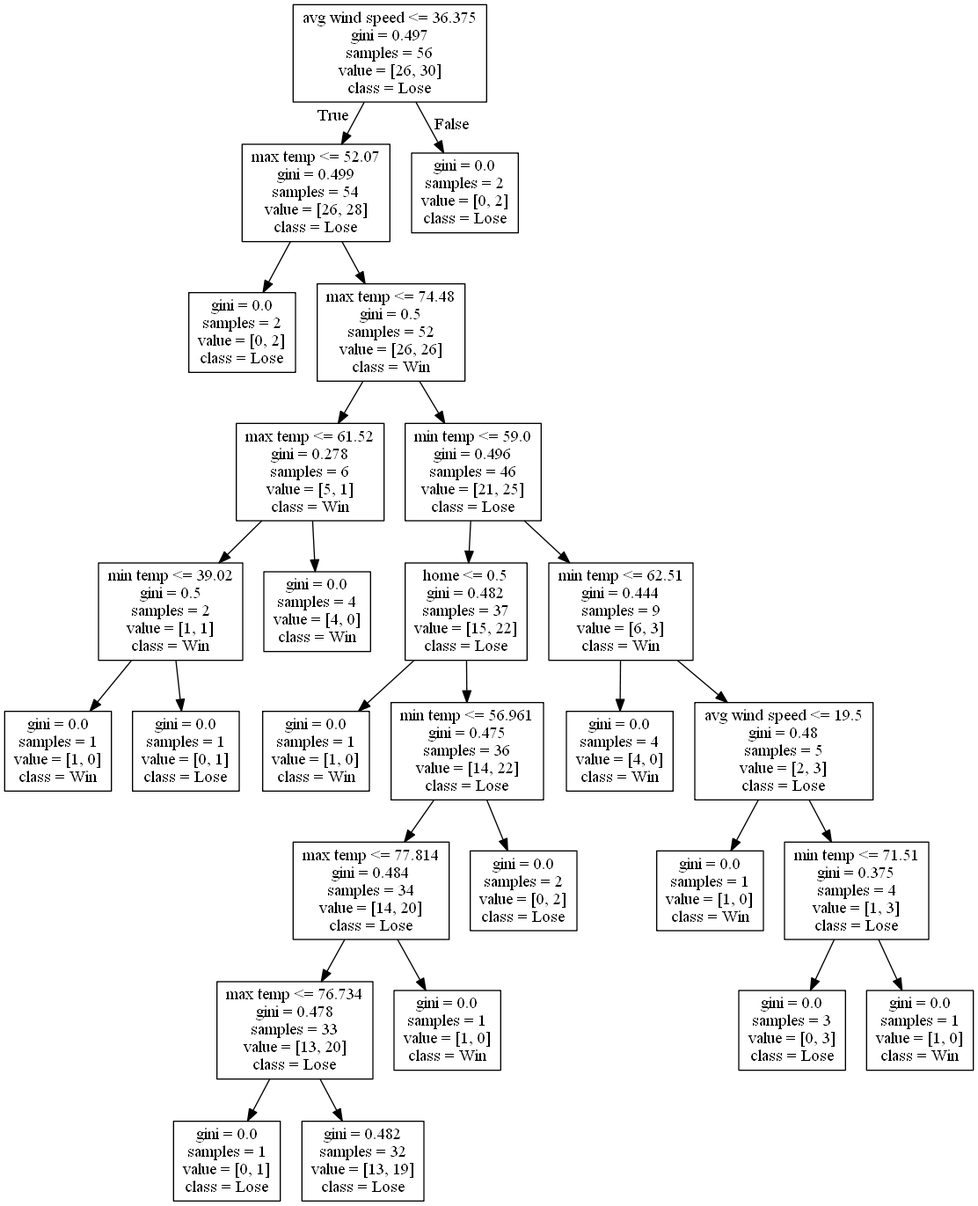
Before: DecisionTrees/decision_tree_no_score_or_attendance9.png, a diagram exported from Graphviz (alexana-steck/CSE482Project). Its source is kept beside it as DecisionTrees/decision_tree_no_score_or_attendance9.dot. Source of this version:
```dot
digraph Tree {
node [shape=box] ;
0 [label="avg wind speed <= 36.375\ngini = 0.497\nsamples = 56\nvalue = [26, 30]\nclass = Lose"] ;
1 [label="max temp <= 52.07\ngini = 0.499\nsamples = 54\nvalue = [26, 28]\nclass = Lose"] ;
0 -> 1 [labeldistance=2.5, labelangle=45, headlabel="True"] ;
2 [label="gini = 0.0\nsamples = 2\nvalue = [0, 2]\nclass = Lose"] ;
1 -> 2 ;
3 [label="max temp <= 74.48\ngini = 0.5\nsamples = 52\nvalue = [26, 26]\nclass = Win"] ;
1 -> 3 ;
4 [label="max temp <= 61.52\ngini = 0.278\nsamples = 6\nvalue = [5, 1]\nclass = Win"] ;
3 -> 4 ;
5 [label="min temp <= 39.02\ngini = 0.5\nsamples = 2\nvalue = [1, 1]\nclass = Win"] ;
4 -> 5 ;
6 [label="gini = 0.0\nsamples = 1\nvalue = [1, 0]\nclass = Win"] ;
5 -> 6 ;
7 [label="gini = 0.0\nsamples = 1\nvalue = [0, 1]\nclass = Lose"] ;
5 -> 7 ;
8 [label="gini = 0.0\nsamples = 4\nvalue = [4, 0]\nclass = Win"] ;
4 -> 8 ;
9 [label="min temp <= 59.0\ngini = 0.496\nsamples = 46\nvalue = [21, 25]\nclass = Lose"] ;
3 -> 9 ;
10 [label="home <= 0.5\ngini = 0.482\nsamples = 37\nvalue = [15, 22]\nclass = Lose"] ;
9 -> 10 ;
11 [label="gini = 0.0\nsamples = 1\nvalue = [1, 0]\nclass = Win"] ;
10 -> 11 ;
12 [label="min temp <= 56.961\ngini = 0.475\nsamples = 36\nvalue = [14, 22]\nclass = Lose"] ;
10 -> 12 ;
13 [label="max temp <= 77.814\ngini = 0.484\nsamples = 34\nvalue = [14, 20]\nclass = Lose"] ;
12 -> 13 ;
14 [label="max temp <= 76.734\ngini = 0.478\nsamples = 33\nvalue = [13, 20]\nclass = Lose"] ;
13 -> 14 ;
15 [label="gini = 0.0\nsamples = 1\nvalue = [0, 1]\nclass = Lose"] ;
14 -> 15 ;
16 [label="gini = 0.482\nsamples = 32\nvalue = [13, 19]\nclass = Lose"] ;
14 -> 16 ;
17 [label="gini = 0.0\nsamples = 1\nvalue = [1, 0]\nclass = Win"] ;
13 -> 17 ;
18 [label="gini = 0.0\nsamples = 2\nvalue = [0, 2]\nclass = Lose"] ;
12 -> 18 ;
19 [label="min temp <= 62.51\ngini = 0.444\nsamples = 9\nvalue = [6, 3]\nclass = Win"] ;
9 -> 19 ;
20 [label="gini = 0.0\nsamples = 4\nvalue = [4, 0]\nclass = Win"] ;
19 -> 20 ;
21 [label="avg wind speed <= 19.5\ngini = 0.48\nsamples = 5\nvalue = [2, 3]\nclass = Lose"] ;
19 -> 21 ;
22 [label="gini = 0.0\nsamples = 1\nvalue = [1, 0]\nclass = Win"] ;
21 -> 22 ;
23 [label="min temp <= 71.51\ngini = 0.375\nsamples = 4\nvalue = [1, 3]\nclass = Lose"] ;
21 -> 23 ;
24 [label="gini = 0.0\nsamples = 3\nvalue = [0, 3]\nclass = Lose"] ;
23 -> 24 ;
25 [label="gini = 0.0\nsamples = 1\nvalue = [1, 0]\nclass = Win"] ;
23 -> 25 ;
26 [label="gini = 0.0\nsamples = 2\nvalue = [0, 2]\nclass = Lose"] ;
0 -> 26 [labeldistance=2.5, labelangle=-45, headlabel="False"] ;
}
```
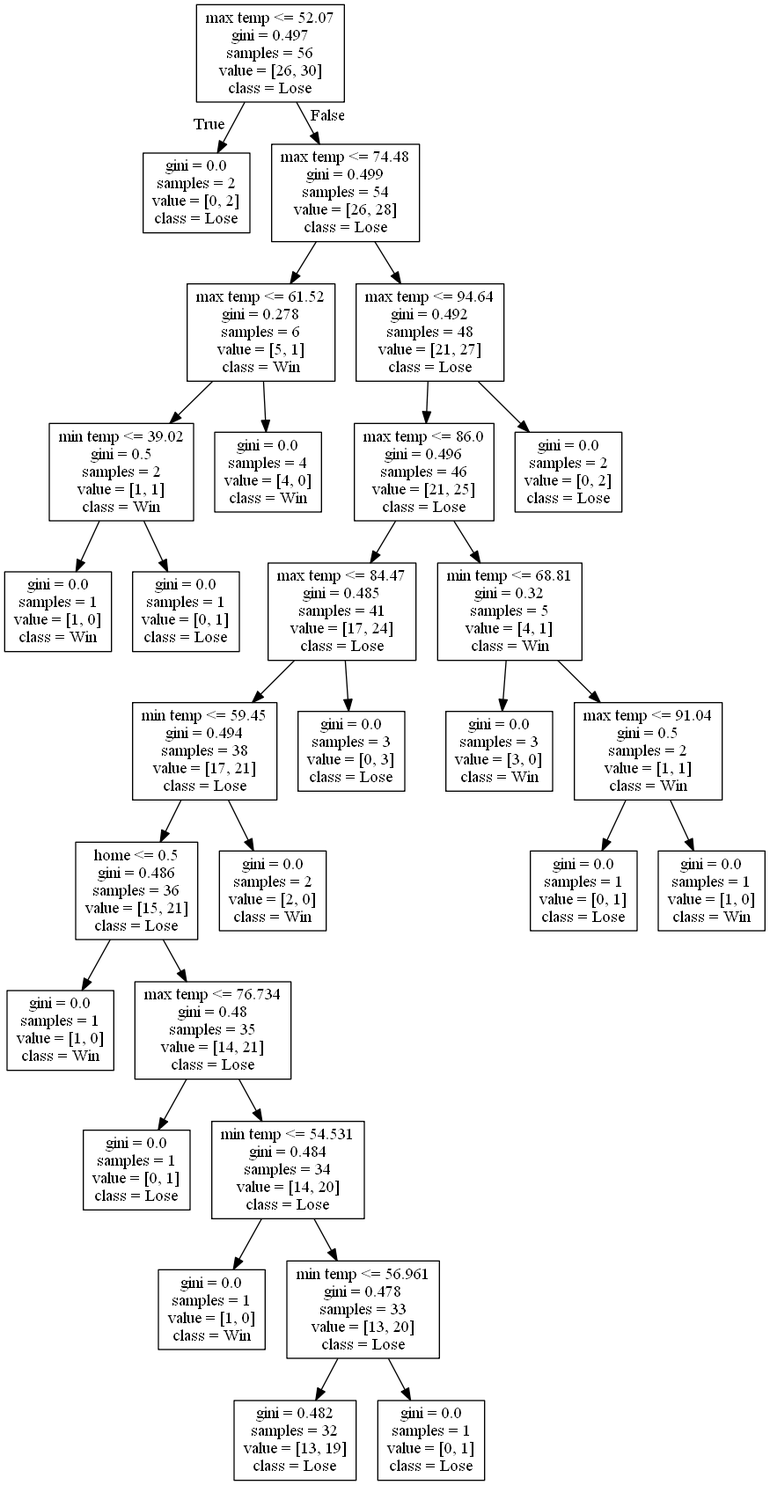
The same file after the commit.

What changed in the source:
```diff
@@ -1,56 +1,60 @@
 digraph Tree {
 node [shape=box] ;
-0 [label="avg wind speed <= 36.375\ngini = 0.497\nsamples = 56\nvalue = [26, 30]\nclass = Lose"] ;
-1 [label="max temp <= 52.07\ngini = 0.499\nsamples = 54\nvalue = [26, 28]\nclass = Lose"] ;
+0 [label="max temp <= 52.07\ngini = 0.497\nsamples = 56\nvalue = [26, 30]\nclass = Lose"] ;
+1 [label="gini = 0.0\nsamples = 2\nvalue = [0, 2]\nclass = Lose"] ;
 0 -> 1 [labeldistance=2.5, labelangle=45, headlabel="True"] ;
-2 [label="gini = 0.0\nsamples = 2\nvalue = [0, 2]\nclass = Lose"] ;
-1 -> 2 ;
-3 [label="max temp <= 74.48\ngini = 0.5\nsamples = 52\nvalue = [26, 26]\nclass = Win"] ;
-1 -> 3 ;
-4 [label="max temp <= 61.52\ngini = 0.278\nsamples = 6\nvalue = [5, 1]\nclass = Win"] ;
+2 [label="max temp <= 74.48\ngini = 0.499\nsamples = 54\nvalue = [26, 28]\nclass = Lose"] ;
+0 -> 2 [labeldistance=2.5, labelangle=-45, headlabel="False"] ;
+3 [label="max temp <= 61.52\ngini = 0.278\nsamples = 6\nvalue = [5, 1]\nclass = Win"] ;
+2 -> 3 ;
+4 [label="min temp <= 39.02\ngini = 0.5\nsamples = 2\nvalue = [1, 1]\nclass = Win"] ;
 3 -> 4 ;
-5 [label="min temp <= 39.02\ngini = 0.5\nsamples = 2\nvalue = [1, 1]\nclass = Win"] ;
+5 [label="gini = 0.0\nsamples = 1\nvalue = [1, 0]\nclass = Win"] ;
 4 -> 5 ;
-6 [label="gini = 0.0\nsamples = 1\nvalue = [1, 0]\nclass = Win"] ;
-5 -> 6 ;
-7 [label="gini = 0.0\nsamples = 1\nvalue = [0, 1]\nclass = Lose"] ;
-5 -> 7 ;
-8 [label="gini = 0.0\nsamples = 4\nvalue = [4, 0]\nclass = Win"] ;
-4 -> 8 ;
-9 [label="min temp <= 59.0\ngini = 0.496\nsamples = 46\nvalue = [21, 25]\nclass = Lose"] ;
-3 -> 9 ;
-10 [label="home <= 0.5\ngini = 0.482\nsamples = 37\nvalue = [15, 22]\nclass = Lose"] ;
+6 [label="gini = 0.0\nsamples = 1\nvalue = [0, 1]\nclass = Lose"] ;
+4 -> 6 ;
+7 [label="gini = 0.0\nsamples = 4\nvalue = [4, 0]\nclass = Win"] ;
+3 -> 7 ;
+8 [label="max temp <= 94.64\ngini = 0.492\nsamples = 48\nvalue = [21, 27]\nclass = Lose"] ;
+2 -> 8 ;
+9 [label="max temp <= 86.0\ngini = 0.496\nsamples = 46\nvalue = [21, 25]\nclass = Lose"] ;
+8 -> 9 ;
+10 [label="max temp <= 84.47\ngini = 0.485\nsamples = 41\nvalue = [17, 24]\nclass = Lose"] ;
 9 -> 10 ;
-11 [label="gini = 0.0\nsamples = 1\nvalue = [1, 0]\nclass = Win"] ;
+11 [label="min temp <= 59.45\ngini = 0.494\nsamples = 38\nvalue = [17, 21]\nclass = Lose"] ;
 10 -> 11 ;
-12 [label="min temp <= 56.961\ngini = 0.475\nsamples = 36\nvalue = [14, 22]\nclass = Lose"] ;
-10 -> 12 ;
-13 [label="max temp <= 77.814\ngini = 0.484\nsamples = 34\nvalue = [14, 20]\nclass = Lose"] ;
+12 [label="home <= 0.5\ngini = 0.486\nsamples = 36\nvalue = [15, 21]\nclass = Lose"] ;
+11 -> 12 ;
+13 [label="gini = 0.0\nsamples = 1\nvalue = [1, 0]\nclass = Win"] ;
 12 -> 13 ;
-14 [label="max temp <= 76.734\ngini = 0.478\nsamples = 33\nvalue = [13, 20]\nclass = Lose"] ;
-13 -> 14 ;
+14 [label="max temp <= 76.734\ngini = 0.48\nsamples = 35\nvalue = [14, 21]\nclass = Lose"] ;
+12 -> 14 ;
 15 [label="gini = 0.0\nsamples = 1\nvalue = [0, 1]\nclass = Lose"] ;
 14 -> 15 ;
-16 [label="gini = 0.482\nsamples = 32\nvalue = [13, 19]\nclass = Lose"] ;
+16 [label="min temp <= 54.531\ngini = 0.484\nsamples = 34\nvalue = [14, 20]\nclass = Lose"] ;
 14 -> 16 ;
 17 [label="gini = 0.0\nsamples = 1\nvalue = [1, 0]\nclass = Win"] ;
-13 -> 17 ;
-18 [label="gini = 0.0\nsamples = 2\nvalue = [0, 2]\nclass = Lose"] ;
-12 -> 18 ;
-19 [label="min temp <= 62.51\ngini = 0.444\nsamples = 9\nvalue = [6, 3]\nclass = Win"] ;
-9 -> 19 ;
-20 [label="gini = 0.0\nsamples = 4\nvalue = [4, 0]\nclass = Win"] ;
-19 -> 20 ;
-21 [label="avg wind speed <= 19.5\ngini = 0.48\nsamples = 5\nvalue = [2, 3]\nclass = Lose"] ;
-19 -> 21 ;
-22 [label="gini = 0.0\nsamples = 1\nvalue = [1, 0]\nclass = Win"] ;
-21 -> 22 ;
-23 [label="min temp <= 71.51\ngini = 0.375\nsamples = 4\nvalue = [1, 3]\nclass = Lose"] ;
-21 -> 23 ;
-24 [label="gini = 0.0\nsamples = 3\nvalue = [0, 3]\nclass = Lose"] ;
+16 -> 17 ;
+18 [label="min temp <= 56.961\ngini = 0.478\nsamples = 33\nvalue = [13, 20]\nclass = Lose"] ;
+16 -> 18 ;
+19 [label="gini = 0.482\nsamples = 32\nvalue = [13, 19]\nclass = Lose"] ;
+18 -> 19 ;
+20 [label="gini = 0.0\nsamples = 1\nvalue = [0, 1]\nclass = Lose"] ;
+18 -> 20 ;
+21 [label="gini = 0.0\nsamples = 2\nvalue = [2, 0]\nclass = Win"] ;
+11 -> 21 ;
+22 [label="gini = 0.0\nsamples = 3\nvalue = [0, 3]\nclass = Lose"] ;
+10 -> 22 ;
+23 [label="min temp <= 68.81\ngini = 0.32\nsamples = 5\nvalue = [4, 1]\nclass = Win"] ;
+9 -> 23 ;
+24 [label="gini = 0.0\nsamples = 3\nvalue = [3, 0]\nclass = Win"] ;
 23 -> 24 ;
-25 [label="gini = 0.0\nsamples = 1\nvalue = [1, 0]\nclass = Win"] ;
+25 [label="max temp <= 91.04\ngini = 0.5\nsamples = 2\nvalue = [1, 1]\nclass = Win"] ;
 23 -> 25 ;
-26 [label="gini = 0.0\nsamples = 2\nvalue = [0, 2]\nclass = Lose"] ;
-0 -> 26 [labeldistance=2.5, labelangle=-45, headlabel="False"] ;
+26 [label="gini = 0.0\nsamples = 1\nvalue = [0, 1]\nclass = Lose"] ;
+25 -> 26 ;
+27 [label="gini = 0.0\nsamples = 1\nvalue = [1, 0]\nclass = Win"] ;
+25 -> 27 ;
+28 [label="gini = 0.0\nsamples = 2\nvalue = [0, 2]\nclass = Lose"] ;
+8 -> 28 ;
 }
```
